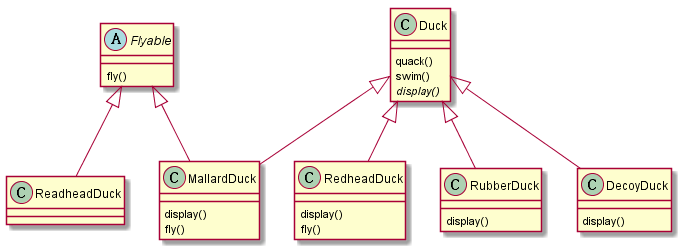
This is tech/design-pattern/strategy/head-first-设计模式/2_extractinterface_inheritance.png from tcfh2016/knowledge-map, a PlantUML export, as it was before one commit.
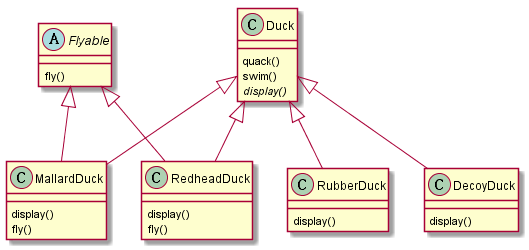
The same file after the commit.

Change to the diagram source:
```diff
@@ -1,7 +1,7 @@
 @startuml
 
 Flyable <|-- MallardDuck
-Flyable <|-- ReadheadDuck
+Flyable <|-- RedheadDuck
 
 Duck <|-- MallardDuck
 Duck <|-- RedheadDuck
```
